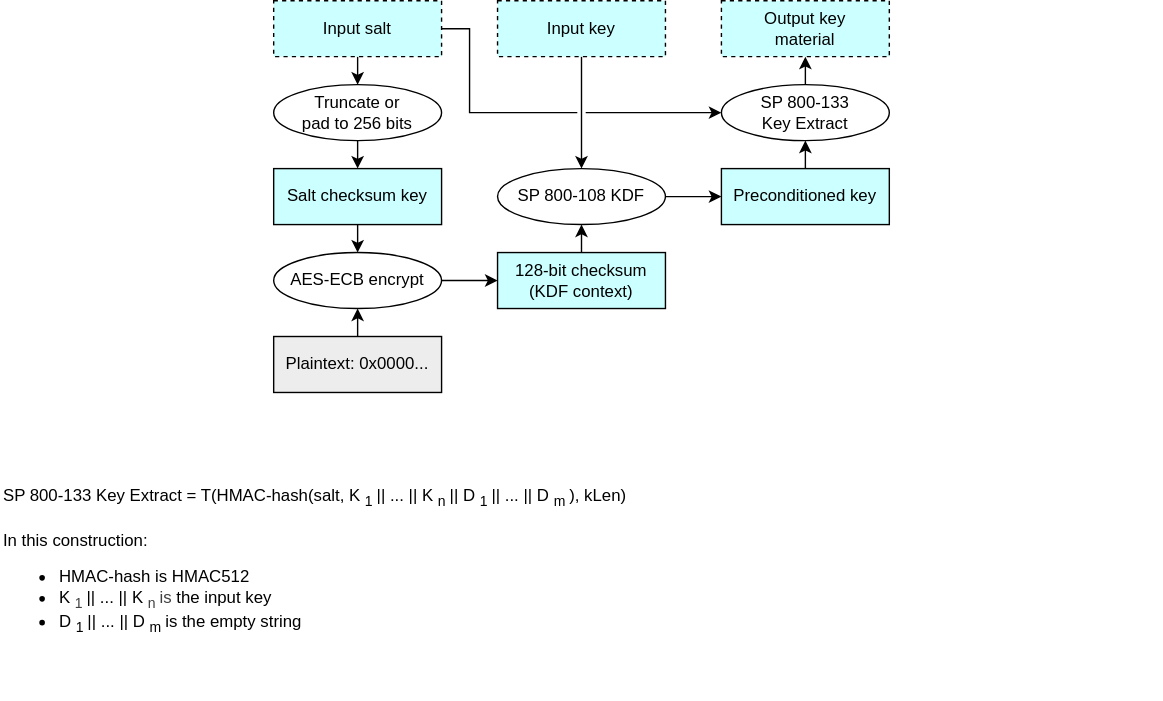
chipsalliance/Caliptra keeps this draw.io diagram as doc/ocp_lock/diagrams/preconditioned_key_extract.drawio.svg. Above is the earlier version. Source tidied: cells renumbered, new cells last; positions are measured from the earlier drawing's top-left corner, leaving out a move shared by most shapes. Source of this version:
```xml
<mxGraphModel background="#ffffff">
  <root>
    <mxCell id="0" />
    <mxCell id="1" parent="0" />
    <mxCell id="2" style="rounded=0;whiteSpace=wrap;html=1;align=center;verticalAlign=middle;shadow=0;glass=0;spacingLeft=0;spacingBottom=0;spacingTop=0;fillColor=#FFFFFF;fontSize=10;strokeColor=#FFFFFF;" parent="1" vertex="1">
      <mxGeometry x="740" y="60" width="90" height="20" as="geometry" />
    </mxCell>
    <mxCell id="3" style="edgeStyle=none;html=1;exitX=0.5;exitY=1;exitDx=0;exitDy=0;entryX=0.5;entryY=0;entryDx=0;entryDy=0;" parent="1" edge="1" source="4" target="10">
      <mxGeometry relative="1" as="geometry" />
    </mxCell>
    <mxCell id="4" value="&lt;div&gt;&lt;font color=&quot;#000000&quot;&gt;Input salt&lt;/font&gt;&lt;/div&gt;" style="rounded=0;whiteSpace=wrap;html=1;align=center;verticalAlign=middle;shadow=0;glass=0;spacingLeft=0;spacingBottom=0;spacingTop=0;fillColor=#CCFFFF;dashed=1;" parent="1" vertex="1">
      <mxGeometry x="195" width="120" height="40" as="geometry" />
    </mxCell>
    <mxCell id="5" style="edgeStyle=none;html=1;exitX=1;exitY=0.5;exitDx=0;exitDy=0;entryX=0;entryY=0.5;entryDx=0;entryDy=0;" parent="1" edge="1" source="6" target="14">
      <mxGeometry relative="1" as="geometry" />
    </mxCell>
    <mxCell id="6" value="AES-ECB encrypt" style="ellipse;whiteSpace=wrap;html=1;fillColor=#FFFFFF;" parent="1" vertex="1">
      <mxGeometry x="195" y="180" width="120" height="40" as="geometry" />
    </mxCell>
    <mxCell id="7" style="edgeStyle=none;html=1;exitX=0.5;exitY=1;exitDx=0;exitDy=0;entryX=0.5;entryY=0;entryDx=0;entryDy=0;" parent="1" edge="1" source="8" target="6">
      <mxGeometry relative="1" as="geometry" />
    </mxCell>
    <mxCell id="8" value="&lt;div&gt;&lt;font color=&quot;#000000&quot;&gt;Salt checksum key&lt;/font&gt;&lt;/div&gt;" style="rounded=0;whiteSpace=wrap;html=1;align=center;verticalAlign=middle;shadow=0;glass=0;spacingLeft=0;spacingBottom=0;spacingTop=0;fillColor=#CCFFFF;" parent="1" vertex="1">
      <mxGeometry x="195" y="120" width="120" height="40" as="geometry" />
    </mxCell>
    <mxCell id="9" style="edgeStyle=none;html=1;exitX=0.5;exitY=1;exitDx=0;exitDy=0;entryX=0.5;entryY=0;entryDx=0;entryDy=0;" parent="1" edge="1" source="10" target="8">
      <mxGeometry relative="1" as="geometry" />
    </mxCell>
    <mxCell id="10" value="Truncate or&lt;div&gt;pad to 256 bits&lt;/div&gt;" style="ellipse;whiteSpace=wrap;html=1;fillColor=#FFFFFF;" parent="1" vertex="1">
      <mxGeometry x="195" y="60" width="120" height="40" as="geometry" />
    </mxCell>
    <mxCell id="11" style="edgeStyle=none;html=1;exitX=0.5;exitY=0;exitDx=0;exitDy=0;entryX=0.5;entryY=1;entryDx=0;entryDy=0;" parent="1" edge="1" source="12" target="6">
      <mxGeometry relative="1" as="geometry" />
    </mxCell>
    <mxCell id="12" value="&lt;div&gt;&lt;font color=&quot;#000000&quot;&gt;Plaintext: 0x0000...&lt;/font&gt;&lt;/div&gt;" style="rounded=0;whiteSpace=wrap;html=1;align=center;verticalAlign=middle;shadow=0;glass=0;spacingLeft=0;spacingBottom=0;spacingTop=0;fillColor=#EDEDED;" parent="1" vertex="1">
      <mxGeometry x="195" y="240" width="120" height="40" as="geometry" />
    </mxCell>
    <mxCell id="13" style="edgeStyle=none;html=1;exitX=0.5;exitY=0;exitDx=0;exitDy=0;entryX=0.5;entryY=1;entryDx=0;entryDy=0;" parent="1" edge="1" source="14" target="16">
      <mxGeometry relative="1" as="geometry" />
    </mxCell>
    <mxCell id="14" value="&lt;div&gt;&lt;font color=&quot;#000000&quot;&gt;128-bit checksum&lt;/font&gt;&lt;/div&gt;&lt;div&gt;&lt;font color=&quot;#000000&quot;&gt;(KDF&amp;nbsp;&lt;/font&gt;&lt;span style=&quot;background-color: transparent;&quot;&gt;context)&lt;/span&gt;&lt;/div&gt;" style="rounded=0;whiteSpace=wrap;html=1;align=center;verticalAlign=middle;shadow=0;glass=0;spacingLeft=0;spacingBottom=0;spacingTop=0;fillColor=#CCFFFF;" parent="1" vertex="1">
      <mxGeometry x="355" y="180" width="120" height="40" as="geometry" />
    </mxCell>
    <mxCell id="15" style="edgeStyle=none;html=1;exitX=1;exitY=0.5;exitDx=0;exitDy=0;entryX=0;entryY=0.5;entryDx=0;entryDy=0;" parent="1" edge="1" source="16" target="20">
      <mxGeometry relative="1" as="geometry" />
    </mxCell>
    <mxCell id="16" value="SP 800-108 KDF" style="ellipse;whiteSpace=wrap;html=1;fillColor=#FFFFFF;" parent="1" vertex="1">
      <mxGeometry x="355" y="120" width="120" height="40" as="geometry" />
    </mxCell>
    <mxCell id="17" style="edgeStyle=none;html=1;exitX=0.5;exitY=1;exitDx=0;exitDy=0;entryX=0.5;entryY=0;entryDx=0;entryDy=0;" parent="1" edge="1" source="18" target="16">
      <mxGeometry relative="1" as="geometry" />
    </mxCell>
    <mxCell id="18" value="&lt;div&gt;&lt;font color=&quot;#000000&quot;&gt;Input key&lt;/font&gt;&lt;/div&gt;" style="rounded=0;whiteSpace=wrap;html=1;align=center;verticalAlign=middle;shadow=0;glass=0;spacingLeft=0;spacingBottom=0;spacingTop=0;fillColor=#CCFFFF;dashed=1;" parent="1" vertex="1">
      <mxGeometry x="355" width="120" height="40" as="geometry" />
    </mxCell>
    <mxCell id="19" style="edgeStyle=none;html=1;exitX=0.5;exitY=0;exitDx=0;exitDy=0;entryX=0.5;entryY=1;entryDx=0;entryDy=0;" parent="1" edge="1" source="20" target="22">
      <mxGeometry relative="1" as="geometry" />
    </mxCell>
    <mxCell id="20" value="&lt;div&gt;&lt;font color=&quot;#000000&quot;&gt;Preconditioned&amp;nbsp;&lt;/font&gt;&lt;span style=&quot;background-color: transparent;&quot;&gt;key&lt;/span&gt;&lt;/div&gt;" style="rounded=0;whiteSpace=wrap;html=1;align=center;verticalAlign=middle;shadow=0;glass=0;spacingLeft=0;spacingBottom=0;spacingTop=0;fillColor=#CCFFFF;" parent="1" vertex="1">
      <mxGeometry x="515" y="120" width="120" height="40" as="geometry" />
    </mxCell>
    <mxCell id="21" style="edgeStyle=none;html=1;exitX=0.5;exitY=0;exitDx=0;exitDy=0;entryX=0.5;entryY=1;entryDx=0;entryDy=0;" parent="1" edge="1" source="22" target="23">
      <mxGeometry relative="1" as="geometry" />
    </mxCell>
    <mxCell id="22" value="SP 800-133&lt;div&gt;Key Extract&lt;/div&gt;" style="ellipse;whiteSpace=wrap;html=1;fillColor=#FFFFFF;" parent="1" vertex="1">
      <mxGeometry x="515" y="60" width="120" height="40" as="geometry" />
    </mxCell>
    <mxCell id="23" value="&lt;div&gt;&lt;font color=&quot;#000000&quot;&gt;Output key&lt;/font&gt;&lt;/div&gt;&lt;div&gt;&lt;font color=&quot;#000000&quot;&gt;material&lt;/font&gt;&lt;/div&gt;" style="rounded=0;whiteSpace=wrap;html=1;align=center;verticalAlign=middle;shadow=0;glass=0;spacingLeft=0;spacingBottom=0;spacingTop=0;fillColor=#CCFFFF;dashed=1;" parent="1" vertex="1">
      <mxGeometry x="515" width="120" height="40" as="geometry" />
    </mxCell>
    <mxCell id="24" style="edgeStyle=orthogonalEdgeStyle;html=1;exitX=1;exitY=0.5;exitDx=0;exitDy=0;entryX=0;entryY=0.5;entryDx=0;entryDy=0;jumpStyle=gap;rounded=0;" parent="1" edge="1" source="4" target="22">
      <mxGeometry relative="1" as="geometry">
        <Array as="points">
          <mxPoint x="335" y="20" />
          <mxPoint x="335" y="80" />
        </Array>
      </mxGeometry>
    </mxCell>
    <mxCell id="25" value="SP 800-133 Key Extract = T(HMAC-hash(salt, K&lt;sub style=&quot;&quot;&gt;1&lt;/sub&gt; || ... || K&lt;sub style=&quot;&quot;&gt;n&lt;/sub&gt; || D&lt;sub style=&quot;&quot;&gt;1&lt;/sub&gt; || ... || D&lt;sub style=&quot;&quot;&gt;m&lt;/sub&gt;), kLen)&lt;div&gt;&lt;font color=&quot;#000000&quot;&gt;&lt;br&gt;&lt;/font&gt;&lt;div&gt;&lt;div&gt;In this construction:&lt;/div&gt;&lt;div&gt;&lt;ul&gt;&lt;li&gt;HMAC-hash is HMAC512&lt;/li&gt;&lt;li&gt;&lt;span style=&quot;background-color: transparent;&quot;&gt;&lt;span style=&quot;color: rgb(0, 0, 0);&quot;&gt;K&lt;/span&gt;&lt;sub style=&quot;color: rgb(63, 63, 63);&quot;&gt;1&lt;/sub&gt;&lt;span style=&quot;color: rgb(0, 0, 0);&quot;&gt;&amp;nbsp;|| ... || K&lt;/span&gt;&lt;sub style=&quot;color: rgb(63, 63, 63);&quot;&gt;n&lt;/sub&gt;&lt;span style=&quot;color: rgb(63, 63, 63);&quot;&gt;&amp;nbsp;is&lt;/span&gt;&amp;nbsp;the input key&lt;/span&gt;&lt;/li&gt;&lt;li&gt;&lt;span style=&quot;color: rgb(0, 0, 0);&quot;&gt;D&lt;/span&gt;&lt;sub&gt;1&lt;/sub&gt;&lt;span style=&quot;color: rgb(0, 0, 0);&quot;&gt;&amp;nbsp;|| ... || D&lt;/span&gt;&lt;sub&gt;m&lt;/sub&gt;&amp;nbsp;is the empty string&lt;/li&gt;&lt;/ul&gt;&lt;/div&gt;&lt;/div&gt;&lt;/div&gt;" style="text;strokeColor=none;align=left;fillColor=none;html=1;verticalAlign=top;whiteSpace=wrap;rounded=0;fontSize=12;" parent="1" vertex="1">
      <mxGeometry y="340" width="580" height="160" as="geometry" />
    </mxCell>
  </root>
</mxGraphModel>
```
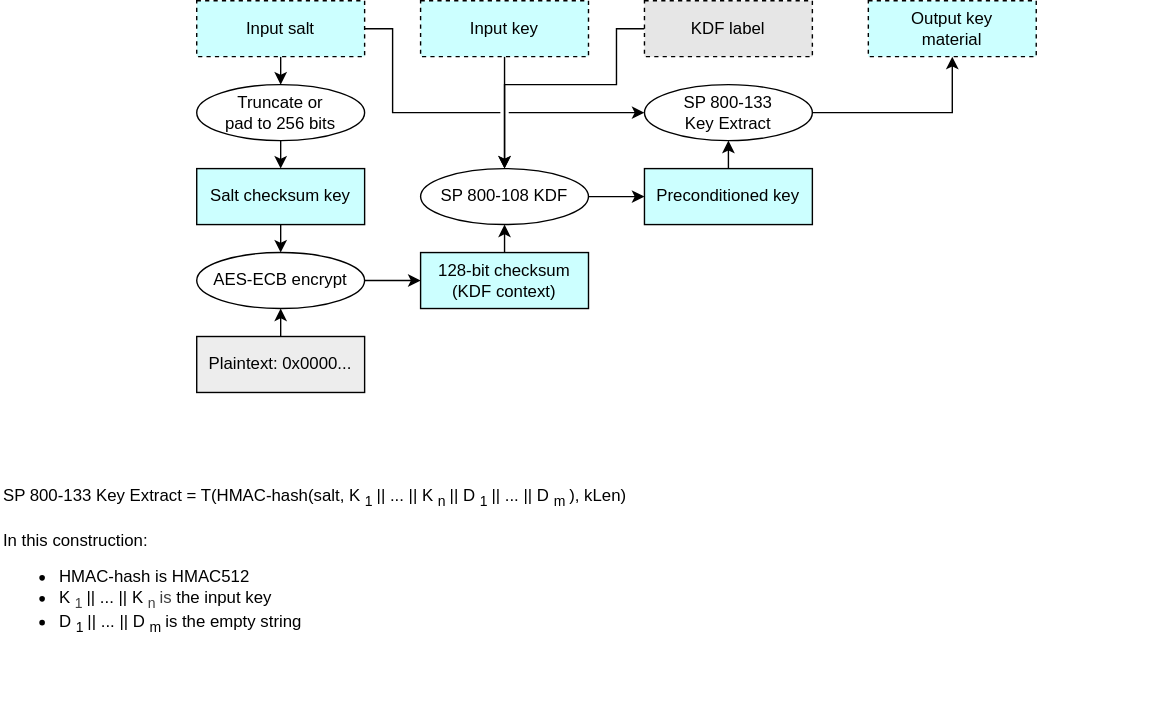
After the commit.

What changed in the source:
```diff
@@ -3,7 +3,7 @@
     <mxCell id="0" />
     <mxCell id="1" parent="0" />
     <mxCell id="2" style="rounded=0;whiteSpace=wrap;html=1;align=center;verticalAlign=middle;shadow=0;glass=0;spacingLeft=0;spacingBottom=0;spacingTop=0;fillColor=#FFFFFF;fontSize=10;strokeColor=#FFFFFF;" parent="1" vertex="1">
-      <mxGeometry x="740" y="60" width="90" height="20" as="geometry" />
+      <mxGeometry x="795" y="60" width="90" height="20" as="geometry" />
     </mxCell>
     <mxCell id="3" style="edgeStyle=none;html=1;exitX=0.5;exitY=1;exitDx=0;exitDy=0;entryX=0.5;entryY=0;entryDx=0;entryDy=0;" parent="1" edge="1" source="4" target="10">
       <mxGeometry relative="1" as="geometry" />
@@ -59,13 +59,22 @@
     <mxCell id="20" value="&lt;div&gt;&lt;font color=&quot;#000000&quot;&gt;Preconditioned&amp;nbsp;&lt;/font&gt;&lt;span style=&quot;background-color: transparent;&quot;&gt;key&lt;/span&gt;&lt;/div&gt;" style="rounded=0;whiteSpace=wrap;html=1;align=center;verticalAlign=middle;shadow=0;glass=0;spacingLeft=0;spacingBottom=0;spacingTop=0;fillColor=#CCFFFF;" parent="1" vertex="1">
       <mxGeometry x="515" y="120" width="120" height="40" as="geometry" />
     </mxCell>
-    <mxCell id="21" style="edgeStyle=none;html=1;exitX=0.5;exitY=0;exitDx=0;exitDy=0;entryX=0.5;entryY=1;entryDx=0;entryDy=0;" parent="1" edge="1" source="22" target="23">
-      <mxGeometry relative="1" as="geometry" />
-    </mxCell>
+    <mxCell id="26" style="edgeStyle=orthogonalEdgeStyle;html=1;exitX=1;exitY=0.5;exitDx=0;exitDy=0;entryX=0.5;entryY=1;entryDx=0;entryDy=0;rounded=0;" parent="1" edge="1" source="22" target="28">
+      <mxGeometry relative="1" as="geometry" />
+    </mxCell>
     <mxCell id="22" value="SP 800-133&lt;div&gt;Key Extract&lt;/div&gt;" style="ellipse;whiteSpace=wrap;html=1;fillColor=#FFFFFF;" parent="1" vertex="1">
       <mxGeometry x="515" y="60" width="120" height="40" as="geometry" />
     </mxCell>
+    <mxCell id="27" style="edgeStyle=orthogonalEdgeStyle;html=1;exitX=0;exitY=0.5;exitDx=0;exitDy=0;entryX=0.5;entryY=0;entryDx=0;entryDy=0;rounded=0;" parent="1" edge="1" source="23" target="16">
+      <mxGeometry relative="1" as="geometry">
+        <Array as="points">
+          <mxPoint x="495" y="20" />
+          <mxPoint x="495" y="60" />
+          <mxPoint x="415" y="60" />
+        </Array>
+      </mxGeometry>
+    </mxCell>
-    <mxCell id="23" value="&lt;div&gt;&lt;font color=&quot;#000000&quot;&gt;Output key&lt;/font&gt;&lt;/div&gt;&lt;div&gt;&lt;font color=&quot;#000000&quot;&gt;material&lt;/font&gt;&lt;/div&gt;" style="rounded=0;whiteSpace=wrap;html=1;align=center;verticalAlign=middle;shadow=0;glass=0;spacingLeft=0;spacingBottom=0;spacingTop=0;fillColor=#CCFFFF;dashed=1;" parent="1" vertex="1">
+    <mxCell id="23" value="&lt;div&gt;&lt;font color=&quot;#000000&quot;&gt;KDF label&lt;/font&gt;&lt;/div&gt;" style="rounded=0;whiteSpace=wrap;html=1;align=center;verticalAlign=middle;shadow=0;glass=0;spacingLeft=0;spacingBottom=0;spacingTop=0;fillColor=#E6E6E6;dashed=1;" parent="1" vertex="1">
       <mxGeometry x="515" width="120" height="40" as="geometry" />
     </mxCell>
     <mxCell id="24" style="edgeStyle=orthogonalEdgeStyle;html=1;exitX=1;exitY=0.5;exitDx=0;exitDy=0;entryX=0;entryY=0.5;entryDx=0;entryDy=0;jumpStyle=gap;rounded=0;" parent="1" edge="1" source="4" target="22">
@@ -77,7 +86,10 @@
       </mxGeometry>
     </mxCell>
     <mxCell id="25" value="SP 800-133 Key Extract = T(HMAC-hash(salt, K&lt;sub style=&quot;&quot;&gt;1&lt;/sub&gt; || ... || K&lt;sub style=&quot;&quot;&gt;n&lt;/sub&gt; || D&lt;sub style=&quot;&quot;&gt;1&lt;/sub&gt; || ... || D&lt;sub style=&quot;&quot;&gt;m&lt;/sub&gt;), kLen)&lt;div&gt;&lt;font color=&quot;#000000&quot;&gt;&lt;br&gt;&lt;/font&gt;&lt;div&gt;&lt;div&gt;In this construction:&lt;/div&gt;&lt;div&gt;&lt;ul&gt;&lt;li&gt;HMAC-hash is HMAC512&lt;/li&gt;&lt;li&gt;&lt;span style=&quot;background-color: transparent;&quot;&gt;&lt;span style=&quot;color: rgb(0, 0, 0);&quot;&gt;K&lt;/span&gt;&lt;sub style=&quot;color: rgb(63, 63, 63);&quot;&gt;1&lt;/sub&gt;&lt;span style=&quot;color: rgb(0, 0, 0);&quot;&gt;&amp;nbsp;|| ... || K&lt;/span&gt;&lt;sub style=&quot;color: rgb(63, 63, 63);&quot;&gt;n&lt;/sub&gt;&lt;span style=&quot;color: rgb(63, 63, 63);&quot;&gt;&amp;nbsp;is&lt;/span&gt;&amp;nbsp;the input key&lt;/span&gt;&lt;/li&gt;&lt;li&gt;&lt;span style=&quot;color: rgb(0, 0, 0);&quot;&gt;D&lt;/span&gt;&lt;sub&gt;1&lt;/sub&gt;&lt;span style=&quot;color: rgb(0, 0, 0);&quot;&gt;&amp;nbsp;|| ... || D&lt;/span&gt;&lt;sub&gt;m&lt;/sub&gt;&amp;nbsp;is the empty string&lt;/li&gt;&lt;/ul&gt;&lt;/div&gt;&lt;/div&gt;&lt;/div&gt;" style="text;strokeColor=none;align=left;fillColor=none;html=1;verticalAlign=top;whiteSpace=wrap;rounded=0;fontSize=12;" parent="1" vertex="1">
-      <mxGeometry y="340" width="580" height="160" as="geometry" />
+      <mxGeometry x="55" y="340" width="580" height="160" as="geometry" />
     </mxCell>
+    <mxCell id="28" value="&lt;div&gt;&lt;font color=&quot;#000000&quot;&gt;Output key&lt;/font&gt;&lt;/div&gt;&lt;div&gt;&lt;font color=&quot;#000000&quot;&gt;material&lt;/font&gt;&lt;/div&gt;" style="rounded=0;whiteSpace=wrap;html=1;align=center;verticalAlign=middle;shadow=0;glass=0;spacingLeft=0;spacingBottom=0;spacingTop=0;fillColor=#CCFFFF;dashed=1;" parent="1" vertex="1">
+      <mxGeometry x="675" width="120" height="40" as="geometry" />
+    </mxCell>
   </root>
 </mxGraphModel>
```
